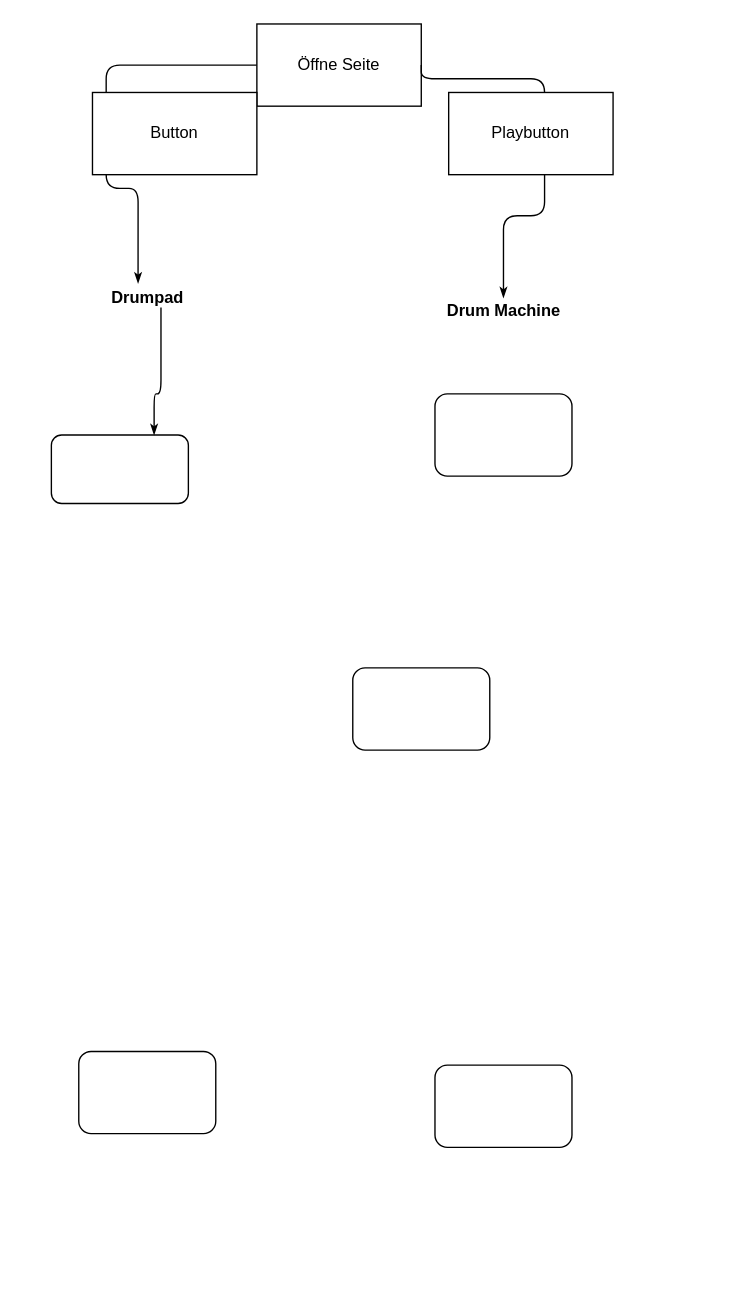
Before: Aufgabe07/Untitled Diagram.drawio in joschareuther/WS2021-22, a draw.io diagram. Source tidied: cells renumbered, new cells numbered last; positions are measured from the earlier drawing's top-left corner, leaving out a move shared by most shapes. Both pictures are drawn from the tidied source at 137%, with x=0, y=0 at pixel (37, 23).
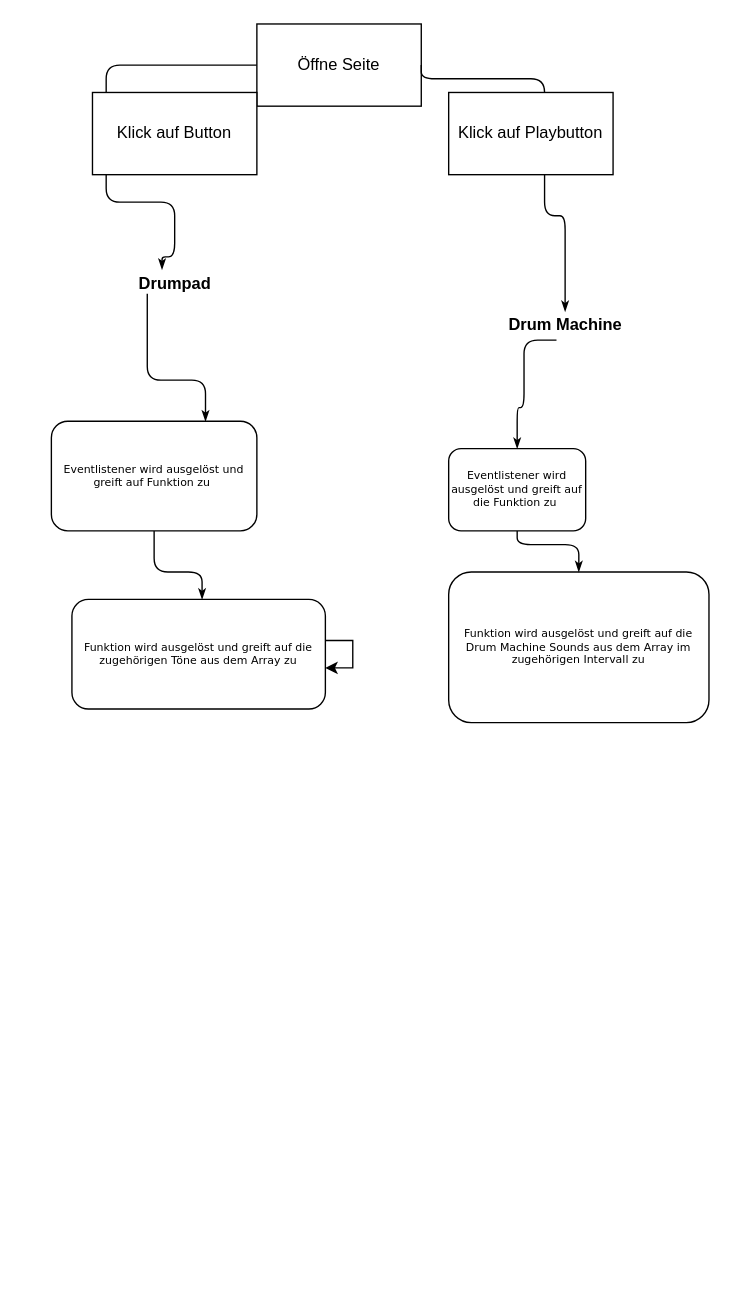
The same page after the edit.

The change refers to these unchanged cells:
```xml
<mxCell id="11" value="Öffne Seite" style="rounded=0;whiteSpace=wrap;html=1;" parent="1" vertex="1">
  <mxGeometry x="160" width="120" height="60" as="geometry" />
</mxCell>
```

Diff of the diagram source:
```diff
@@
     <mxCell id="2" value="Drumpad" style="swimlane;html=1;startSize=20;strokeColor=none;" parent="1" vertex="1">
-      <mxGeometry y="190" width="160" height="730" as="geometry" />
+      <mxGeometry x="-10" y="180" width="220" height="730" as="geometry" />
     </mxCell>
-    <mxCell id="3" style="rounded=1;whiteSpace=wrap;html=1;shadow=0;labelBackgroundColor=none;strokeWidth=1;fontFamily=Verdana;fontSize=8;align=center;" parent="2" vertex="1">
-      <mxGeometry x="30" y="560" width="100" height="60" as="geometry" />
-    </mxCell>
-    <mxCell id="4" style="rounded=1;whiteSpace=wrap;html=1;shadow=0;labelBackgroundColor=none;strokeWidth=1;fontFamily=Verdana;fontSize=8;align=center;" parent="2" vertex="1">
-      <mxGeometry x="10" y="110" width="100" height="50" as="geometry" />
+    <mxCell id="4" value="Eventlistener wird ausgelöst und greift auf Funktion zu&amp;nbsp;" style="rounded=1;whiteSpace=wrap;html=1;shadow=0;labelBackgroundColor=none;strokeWidth=1;fontFamily=Verdana;fontSize=8;align=center;" parent="2" vertex="1">
+      <mxGeometry x="20" y="110" width="150" height="80" as="geometry" />
     </mxCell>
@@
+    <mxCell id="15" value="Funktion wird ausgelöst und greift auf die zugehörigen Töne aus dem Array zu" style="rounded=1;whiteSpace=wrap;html=1;shadow=0;labelBackgroundColor=none;strokeWidth=1;fontFamily=Verdana;fontSize=8;align=center;" parent="2" vertex="1">
+      <mxGeometry x="35" y="240" width="185" height="80" as="geometry" />
+    </mxCell>
+    <mxCell id="16" style="edgeStyle=orthogonalEdgeStyle;rounded=0;orthogonalLoop=1;jettySize=auto;html=1;" parent="2" edge="1" source="15" target="15">
+      <mxGeometry relative="1" as="geometry" />
+    </mxCell>
+    <mxCell id="17" style="edgeStyle=orthogonalEdgeStyle;rounded=1;html=1;labelBackgroundColor=none;startArrow=none;startFill=0;startSize=5;endArrow=classicThin;endFill=1;endSize=5;jettySize=auto;strokeWidth=1;fontFamily=Verdana;fontSize=8;exitX=0.5;exitY=1;exitDx=0;exitDy=0;" parent="2" edge="1" source="4" target="15">
+      <mxGeometry relative="1" as="geometry">
+        <Array as="points">
+          <mxPoint x="95" y="220" />
+          <mxPoint x="130" y="220" />
+        </Array>
+      </mxGeometry>
+    </mxCell>
     <mxCell id="6" style="edgeStyle=orthogonalEdgeStyle;rounded=1;html=1;labelBackgroundColor=none;startArrow=none;startFill=0;startSize=5;endArrow=classicThin;endFill=1;endSize=5;jettySize=auto;strokeWidth=1;fontFamily=Verdana;fontSize=8;exitX=0;exitY=0.5;exitDx=0;exitDy=0;entryX=0.458;entryY=-0.001;entryDx=0;entryDy=0;entryPerimeter=0;" parent="1" edge="1" source="11" target="2">
       <mxGeometry relative="1" as="geometry">
         <Array as="points">
           <mxPoint x="50" y="30" />
-          <mxPoint x="50" y="120" />
-          <mxPoint x="73" y="120" />
+          <mxPoint x="50" y="130" />
+          <mxPoint x="100" y="130" />
+          <mxPoint x="100" y="170" />
+          <mxPoint x="91" y="170" />
         </Array>
       </mxGeometry>
     </mxCell>
     <mxCell id="7" value="Drum Machine" style="swimlane;html=1;startSize=20;strokeColor=none;" parent="1" vertex="1">
-      <mxGeometry x="260" y="200" width="160" height="630" as="geometry" />
+      <mxGeometry x="280" y="210" width="210" height="630" as="geometry" />
     </mxCell>
-    <mxCell id="8" style="rounded=1;whiteSpace=wrap;html=1;shadow=0;labelBackgroundColor=none;strokeWidth=1;fontFamily=Verdana;fontSize=8;align=center;" parent="7" vertex="1">
-      <mxGeometry x="30" y="560" width="100" height="60" as="geometry" />
-    </mxCell>
-    <mxCell id="9" style="rounded=1;whiteSpace=wrap;html=1;shadow=0;labelBackgroundColor=none;strokeWidth=1;fontFamily=Verdana;fontSize=8;align=center;" parent="7" vertex="1">
-      <mxGeometry x="30" y="70" width="100" height="60" as="geometry" />
+    <mxCell id="9" value="Eventlistener wird ausgelöst und greift auf die Funktion zu&amp;nbsp;" style="rounded=1;whiteSpace=wrap;html=1;shadow=0;labelBackgroundColor=none;strokeWidth=1;fontFamily=Verdana;fontSize=8;align=center;" parent="7" vertex="1">
+      <mxGeometry x="20" y="100" width="100" height="60" as="geometry" />
     </mxCell>
-    <mxCell id="10" style="rounded=1;whiteSpace=wrap;html=1;shadow=0;labelBackgroundColor=none;strokeWidth=1;fontFamily=Verdana;fontSize=8;align=center;" parent="7" vertex="1">
-      <mxGeometry x="-30" y="270" width="100" height="60" as="geometry" />
+    <mxCell id="10" value="Funktion wird ausgelöst und greift auf die Drum Machine Sounds aus dem Array im zugehörigen Intervall zu" style="rounded=1;whiteSpace=wrap;html=1;shadow=0;labelBackgroundColor=none;strokeWidth=1;fontFamily=Verdana;fontSize=8;align=center;" parent="7" vertex="1">
+      <mxGeometry x="20" y="190" width="190" height="110" as="geometry" />
     </mxCell>
+    <mxCell id="18" style="edgeStyle=orthogonalEdgeStyle;rounded=1;html=1;labelBackgroundColor=none;startArrow=none;startFill=0;startSize=5;endArrow=classicThin;endFill=1;endSize=5;jettySize=auto;strokeWidth=1;fontFamily=Verdana;fontSize=8;entryX=0.5;entryY=0;entryDx=0;entryDy=0;exitX=0.47;exitY=0.033;exitDx=0;exitDy=0;exitPerimeter=0;" parent="7" edge="1" source="7" target="9">
+      <mxGeometry relative="1" as="geometry">
+        <Array as="points">
+          <mxPoint x="75" y="70" />
+          <mxPoint x="70" y="70" />
+        </Array>
+      </mxGeometry>
+    </mxCell>
+    <mxCell id="19" style="edgeStyle=orthogonalEdgeStyle;rounded=1;html=1;labelBackgroundColor=none;startArrow=none;startFill=0;startSize=5;endArrow=classicThin;endFill=1;endSize=5;jettySize=auto;strokeWidth=1;fontFamily=Verdana;fontSize=8;entryX=0.5;entryY=0;entryDx=0;entryDy=0;exitX=0.5;exitY=1;exitDx=0;exitDy=0;" parent="7" edge="1" source="9" target="10">
+      <mxGeometry relative="1" as="geometry">
+        <Array as="points">
+          <mxPoint x="70" y="170" />
+          <mxPoint x="115" y="170" />
+        </Array>
+      </mxGeometry>
+    </mxCell>
@@
     <mxCell id="12" style="edgeStyle=orthogonalEdgeStyle;rounded=1;html=1;labelBackgroundColor=none;startArrow=none;startFill=0;startSize=5;endArrow=classicThin;endFill=1;endSize=5;jettySize=auto;strokeWidth=1;fontFamily=Verdana;fontSize=8;exitX=1;exitY=0.5;exitDx=0;exitDy=0;entryX=0.5;entryY=0;entryDx=0;entryDy=0;" parent="1" edge="1" source="11" target="7">
       <mxGeometry relative="1" as="geometry">
         <Array as="points">
           <mxPoint x="280" y="40" />
           <mxPoint x="370" y="40" />
           <mxPoint x="370" y="140" />
-          <mxPoint x="340" y="140" />
+          <mxPoint x="385" y="140" />
         </Array>
       </mxGeometry>
     </mxCell>
-    <mxCell id="13" value="Button" style="rounded=0;whiteSpace=wrap;html=1;" parent="1" vertex="1">
+    <mxCell id="13" value="Klick auf Button" style="rounded=0;whiteSpace=wrap;html=1;" parent="1" vertex="1">
       <mxGeometry x="40" y="50" width="120" height="60" as="geometry" />
     </mxCell>
-    <mxCell id="14" value="Playbutton" style="rounded=0;whiteSpace=wrap;html=1;" parent="1" vertex="1">
+    <mxCell id="14" value="Klick auf Playbutton" style="rounded=0;whiteSpace=wrap;html=1;" parent="1" vertex="1">
       <mxGeometry x="300" y="50" width="120" height="60" as="geometry" />
     </mxCell>
```
